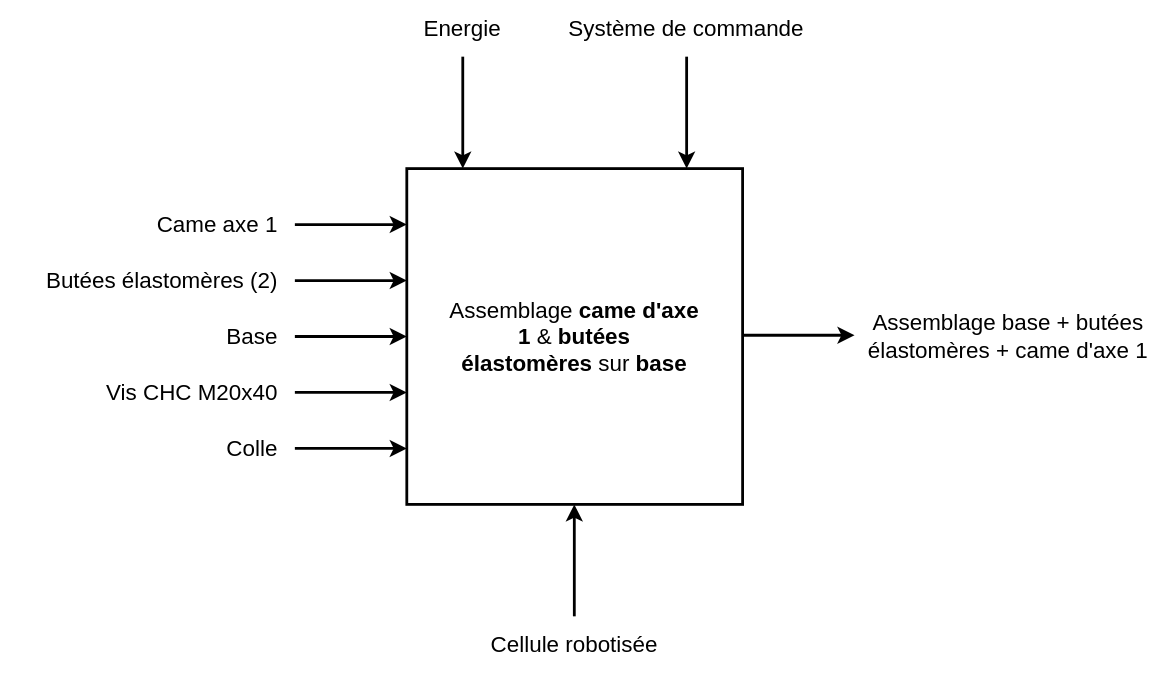
This is sadt_lot-1.drawio.svg from joriszuretti/esirem, a draw.io export, as it was before one commit. Source tidied: cells renumbered, new cells last; positions are measured from the earlier drawing's top-left corner, leaving out a move shared by most shapes.
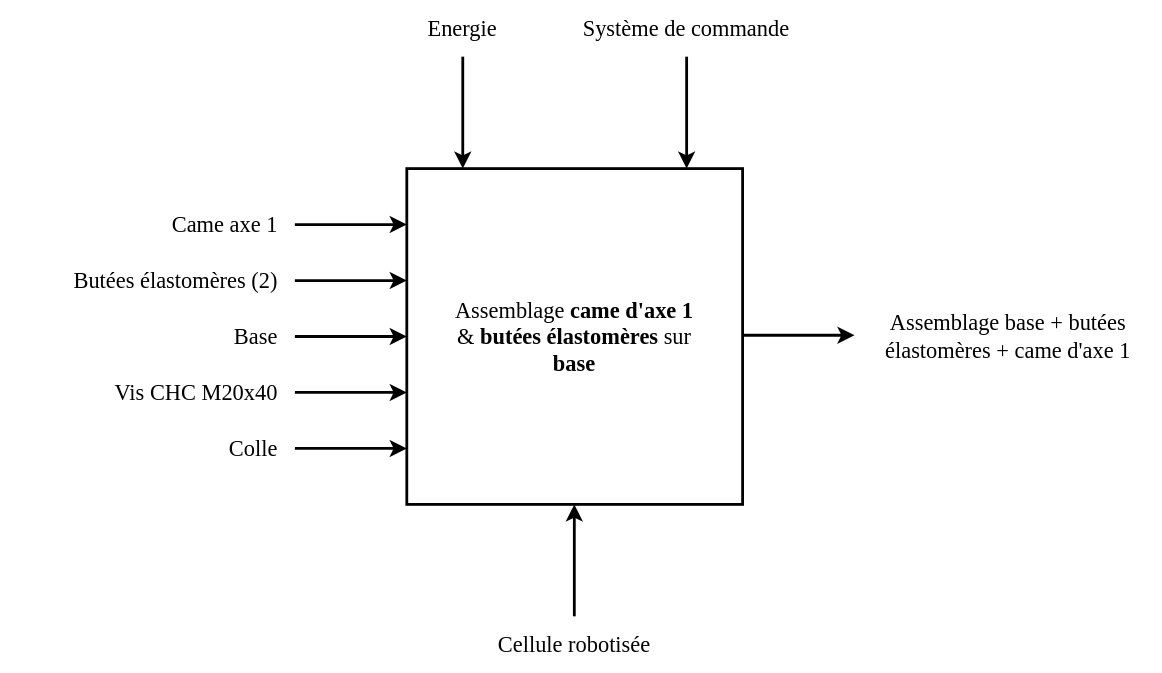
Later version of the same file.

Commit message:
Mettre à jour sadt_lot-1.drawio.svg

Change to the diagram source:
```diff
@@ -2,7 +2,7 @@
   <root>
     <mxCell id="0" />
     <mxCell id="1" parent="0" />
-    <mxCell id="2" value="&lt;font style=&quot;font-size: 16px;&quot;&gt;Assemblage &lt;b&gt;came d'axe 1 &lt;/b&gt;&amp;amp; &lt;b&gt;butées élastomères&amp;nbsp;&lt;/b&gt;sur &lt;b&gt;base&lt;/b&gt;&lt;/font&gt;" style="rounded=0;whiteSpace=wrap;html=1;perimeterSpacing=0;strokeWidth=2;glass=0;horizontal=1;spacingTop=0;spacing=10;spacingLeft=20;spacingRight=20;" parent="1" vertex="1">
+    <mxCell id="2" value="&lt;font style=&quot;font-size: 16px;&quot;&gt;Assemblage &lt;b&gt;came d'axe 1 &lt;/b&gt;&amp;amp; &lt;b&gt;butées élastomères&amp;nbsp;&lt;/b&gt;sur &lt;b&gt;base&lt;/b&gt;&lt;/font&gt;" style="rounded=0;whiteSpace=wrap;html=1;perimeterSpacing=0;strokeWidth=2;glass=0;horizontal=1;spacingTop=0;spacing=10;spacingLeft=20;spacingRight=20;fontFamily=Siemens TIA Portal Basic;" parent="1" vertex="1">
       <mxGeometry x="290" y="120" width="240" height="240" as="geometry" />
     </mxCell>
     <mxCell id="3" style="endArrow=classic;html=1;rounded=0;strokeWidth=2;" parent="1" edge="1">
@@ -53,28 +53,28 @@
         <mxPoint x="409.7" y="440" as="targetPoint" />
       </mxGeometry>
     </mxCell>
-    <mxCell id="11" value="Energie" style="text;html=1;strokeColor=none;fillColor=none;align=center;verticalAlign=middle;whiteSpace=wrap;rounded=0;fontSize=16;" parent="1" vertex="1">
+    <mxCell id="11" value="Energie" style="text;html=1;strokeColor=none;fillColor=none;align=center;verticalAlign=middle;whiteSpace=wrap;rounded=0;fontSize=16;fontFamily=Siemens TIA Portal Basic;" parent="1" vertex="1">
       <mxGeometry x="250" width="160" height="40" as="geometry" />
     </mxCell>
-    <mxCell id="12" value="Système de commande" style="text;html=1;strokeColor=none;fillColor=none;align=center;verticalAlign=middle;whiteSpace=wrap;rounded=0;fontSize=16;" parent="1" vertex="1">
+    <mxCell id="12" value="Système de commande" style="text;html=1;strokeColor=none;fillColor=none;align=center;verticalAlign=middle;whiteSpace=wrap;rounded=0;fontSize=16;fontFamily=Siemens TIA Portal Basic;" parent="1" vertex="1">
       <mxGeometry x="370" width="240" height="40" as="geometry" />
     </mxCell>
-    <mxCell id="13" value="&lt;font style=&quot;font-size: 16px;&quot;&gt;Came axe 1&lt;/font&gt;" style="text;html=1;strokeColor=none;fillColor=none;align=right;verticalAlign=middle;whiteSpace=wrap;rounded=0;" parent="1" vertex="1">
+    <mxCell id="13" value="&lt;font style=&quot;font-size: 16px;&quot;&gt;Came axe 1&lt;/font&gt;" style="text;html=1;strokeColor=none;fillColor=none;align=right;verticalAlign=middle;whiteSpace=wrap;rounded=0;fontFamily=Siemens TIA Portal Basic;" parent="1" vertex="1">
       <mxGeometry x="40" y="120" width="160" height="80" as="geometry" />
     </mxCell>
-    <mxCell id="14" value="Butées élastomères (2)" style="text;html=1;strokeColor=none;fillColor=none;align=right;verticalAlign=middle;whiteSpace=wrap;rounded=0;fontSize=16;" parent="1" vertex="1">
+    <mxCell id="14" value="Butées élastomères (2)" style="text;html=1;strokeColor=none;fillColor=none;align=right;verticalAlign=middle;whiteSpace=wrap;rounded=0;fontSize=16;fontFamily=Siemens TIA Portal Basic;" parent="1" vertex="1">
       <mxGeometry y="160" width="200" height="80" as="geometry" />
     </mxCell>
-    <mxCell id="15" value="Base" style="text;html=1;strokeColor=none;fillColor=none;align=right;verticalAlign=middle;whiteSpace=wrap;rounded=0;fontSize=16;" parent="1" vertex="1">
+    <mxCell id="15" value="Base" style="text;html=1;strokeColor=none;fillColor=none;align=right;verticalAlign=middle;whiteSpace=wrap;rounded=0;fontSize=16;fontFamily=Siemens TIA Portal Basic;" parent="1" vertex="1">
       <mxGeometry x="40" y="200" width="160" height="80" as="geometry" />
     </mxCell>
-    <mxCell id="16" value="Vis CHC M20x40" style="text;html=1;strokeColor=none;fillColor=none;align=right;verticalAlign=middle;whiteSpace=wrap;rounded=0;fontSize=16;" parent="1" vertex="1">
+    <mxCell id="16" value="Vis CHC M20x40" style="text;html=1;strokeColor=none;fillColor=none;align=right;verticalAlign=middle;whiteSpace=wrap;rounded=0;fontSize=16;fontFamily=Siemens TIA Portal Basic;" parent="1" vertex="1">
       <mxGeometry x="40" y="240" width="160" height="80" as="geometry" />
     </mxCell>
-    <mxCell id="17" value="Assemblage base + butées élastomères + came d'axe 1" style="text;html=1;strokeColor=none;fillColor=none;align=center;verticalAlign=middle;whiteSpace=wrap;rounded=0;fontSize=16;" parent="1" vertex="1">
+    <mxCell id="17" value="Assemblage base + butées élastomères + came d'axe 1" style="text;html=1;strokeColor=none;fillColor=none;align=center;verticalAlign=middle;whiteSpace=wrap;rounded=0;fontSize=16;fontFamily=Siemens TIA Portal Basic;" parent="1" vertex="1">
       <mxGeometry x="610" y="200" width="220" height="80" as="geometry" />
     </mxCell>
-    <mxCell id="18" value="Cellule robotisée" style="text;html=1;strokeColor=none;fillColor=none;align=center;verticalAlign=middle;whiteSpace=wrap;rounded=0;fontSize=16;" parent="1" vertex="1">
+    <mxCell id="18" value="Cellule robotisée" style="text;html=1;strokeColor=none;fillColor=none;align=center;verticalAlign=middle;whiteSpace=wrap;rounded=0;fontSize=16;fontFamily=Siemens TIA Portal Basic;" parent="1" vertex="1">
       <mxGeometry x="330" y="440" width="160" height="40" as="geometry" />
     </mxCell>
     <mxCell id="19" style="endArrow=classic;html=1;rounded=0;strokeWidth=2;" parent="1" edge="1">
@@ -83,7 +83,7 @@
         <mxPoint x="290" y="320" as="targetPoint" />
       </mxGeometry>
     </mxCell>
-    <mxCell id="20" value="Colle" style="text;html=1;strokeColor=none;fillColor=none;align=right;verticalAlign=middle;whiteSpace=wrap;rounded=0;fontSize=16;" parent="1" vertex="1">
+    <mxCell id="20" value="Colle" style="text;html=1;strokeColor=none;fillColor=none;align=right;verticalAlign=middle;whiteSpace=wrap;rounded=0;fontSize=16;fontFamily=Siemens TIA Portal Basic;" parent="1" vertex="1">
       <mxGeometry x="40" y="280" width="160" height="80" as="geometry" />
     </mxCell>
   </root>
```
